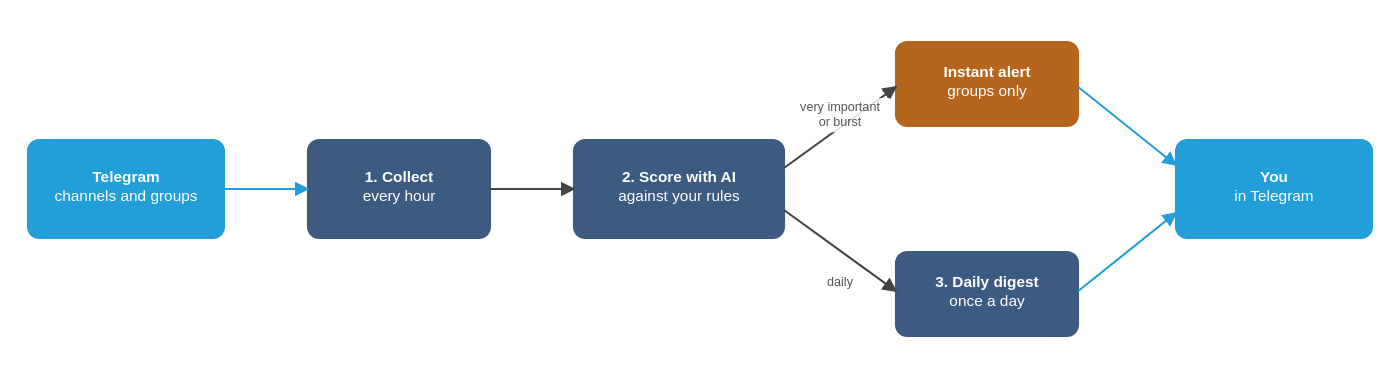
The draw.io diagram docs/user-guide/images/life-of-a-post.drawio.svg in KopylP/signal-feed, before a commit. Source tidied: cells renumbered, new cells last; positions are measured from the earlier drawing's top-left corner, leaving out a move shared by most shapes. Source of this version:
```xml
<mxGraphModel>
  <root>
    <mxCell id="0" />
    <mxCell id="1" parent="0" />
    <mxCell id="2" style="rounded=1;arcSize=3;html=1;strokeColor=#229ED9;fillColor=#229ED9;strokeWidth=1.5;" parent="1" vertex="1">
      <mxGeometry y="70" width="140" height="70" as="geometry" />
    </mxCell>
    <mxCell id="3" value="&lt;b&gt;Telegram&lt;/b&gt;&lt;br&gt;channels and groups" style="text;html=1;whiteSpace=wrap;align=center;verticalAlign=top;spacing=0;fontSize=11;fontColor=#ffffff;" parent="1" vertex="1">
      <mxGeometry y="89" width="140" height="31" as="geometry" />
    </mxCell>
    <mxCell id="4" style="rounded=1;arcSize=3;html=1;strokeColor=#3D5A80;fillColor=#3D5A80;strokeWidth=1.5;" parent="1" vertex="1">
      <mxGeometry x="200" y="70" width="130" height="70" as="geometry" />
    </mxCell>
    <mxCell id="5" value="&lt;b&gt;1. Collect&lt;/b&gt;&lt;br&gt;every hour" style="text;html=1;whiteSpace=wrap;align=center;verticalAlign=top;spacing=0;fontSize=11;fontColor=#ffffff;" parent="1" vertex="1">
      <mxGeometry x="200" y="89" width="130" height="31" as="geometry" />
    </mxCell>
    <mxCell id="6" style="rounded=1;arcSize=3;html=1;strokeColor=#3D5A80;fillColor=#3D5A80;strokeWidth=1.5;" parent="1" vertex="1">
      <mxGeometry x="390" y="70" width="150" height="70" as="geometry" />
    </mxCell>
    <mxCell id="7" value="&lt;b&gt;2. Score with AI&lt;/b&gt;&lt;br&gt;against your rules" style="text;html=1;whiteSpace=wrap;align=center;verticalAlign=top;spacing=0;fontSize=11;fontColor=#ffffff;" parent="1" vertex="1">
      <mxGeometry x="390" y="89" width="150" height="31" as="geometry" />
    </mxCell>
    <mxCell id="8" style="rounded=1;arcSize=3;html=1;strokeColor=#B5651D;fillColor=#B5651D;strokeWidth=1.5;" parent="1" vertex="1">
      <mxGeometry x="620" width="130" height="60" as="geometry" />
    </mxCell>
    <mxCell id="9" value="&lt;b&gt;Instant alert&lt;/b&gt;&lt;br&gt;groups only" style="text;html=1;whiteSpace=wrap;align=center;verticalAlign=top;spacing=0;fontSize=11;fontColor=#ffffff;" parent="1" vertex="1">
      <mxGeometry x="620" y="14" width="130" height="31" as="geometry" />
    </mxCell>
    <mxCell id="10" style="rounded=1;arcSize=3;html=1;strokeColor=#3D5A80;fillColor=#3D5A80;strokeWidth=1.5;" parent="1" vertex="1">
      <mxGeometry x="620" y="150" width="130" height="60" as="geometry" />
    </mxCell>
    <mxCell id="11" value="&lt;b&gt;3. Daily digest&lt;/b&gt;&lt;br&gt;once a day" style="text;html=1;whiteSpace=wrap;align=center;verticalAlign=top;spacing=0;fontSize=11;fontColor=#ffffff;" parent="1" vertex="1">
      <mxGeometry x="620" y="164" width="130" height="31" as="geometry" />
    </mxCell>
    <mxCell id="12" style="rounded=1;arcSize=3;html=1;strokeColor=#229ED9;fillColor=#229ED9;strokeWidth=1.5;" parent="1" vertex="1">
      <mxGeometry x="820" y="70" width="140" height="70" as="geometry" />
    </mxCell>
    <mxCell id="13" value="&lt;b&gt;You&lt;/b&gt;&lt;br&gt;in Telegram" style="text;html=1;whiteSpace=wrap;align=center;verticalAlign=top;spacing=0;fontSize=11;fontColor=#ffffff;" parent="1" vertex="1">
      <mxGeometry x="820" y="89" width="140" height="31" as="geometry" />
    </mxCell>
    <mxCell id="14" style="edgeStyle=none;html=1;strokeColor=#229ED9;strokeWidth=1.5;endArrow=block;endFill=1;exitX=1.0;exitY=0.5;exitDx=0;exitDy=0;entryX=0.0;entryY=0.5;entryDx=0;entryDy=0;" parent="1" edge="1" source="2" target="4">
      <mxGeometry relative="1" as="geometry" />
    </mxCell>
    <mxCell id="15" style="edgeStyle=none;html=1;strokeColor=#444444;strokeWidth=1.5;endArrow=block;endFill=1;exitX=1.0;exitY=0.5;exitDx=0;exitDy=0;entryX=0.0;entryY=0.5;entryDx=0;entryDy=0;" parent="1" edge="1" source="4" target="6">
      <mxGeometry relative="1" as="geometry" />
    </mxCell>
    <mxCell id="16" style="edgeStyle=none;html=1;strokeColor=#444444;strokeWidth=1.5;endArrow=block;endFill=1;exitX=1.0;exitY=0.286;exitDx=0;exitDy=0;entryX=0.0;entryY=0.533;entryDx=0;entryDy=0;" parent="1" edge="1" source="6" target="8">
      <mxGeometry relative="1" as="geometry" />
    </mxCell>
    <mxCell id="17" value="very important&lt;br&gt;or burst" style="text;html=1;whiteSpace=wrap;align=center;verticalAlign=top;spacing=0;fontSize=9;fontColor=#555555;fillColor=#ffffff;opacity=85;" parent="1" vertex="1">
      <mxGeometry x="540" y="40" width="80" height="26" as="geometry" />
    </mxCell>
    <mxCell id="18" style="edgeStyle=none;html=1;strokeColor=#444444;strokeWidth=1.5;endArrow=block;endFill=1;exitX=1.0;exitY=0.714;exitDx=0;exitDy=0;entryX=0.0;entryY=0.467;entryDx=0;entryDy=0;" parent="1" edge="1" source="6" target="10">
      <mxGeometry relative="1" as="geometry" />
    </mxCell>
    <mxCell id="19" value="daily" style="text;html=1;whiteSpace=wrap;align=center;verticalAlign=top;spacing=0;fontSize=9;fontColor=#555555;fillColor=#ffffff;opacity=85;" parent="1" vertex="1">
      <mxGeometry x="550" y="165" width="60" height="15" as="geometry" />
    </mxCell>
    <mxCell id="20" style="edgeStyle=none;html=1;strokeColor=#229ED9;strokeWidth=1.5;endArrow=block;endFill=1;exitX=1.0;exitY=0.533;exitDx=0;exitDy=0;entryX=0.0;entryY=0.257;entryDx=0;entryDy=0;" parent="1" edge="1" source="8" target="12">
      <mxGeometry relative="1" as="geometry" />
    </mxCell>
    <mxCell id="21" style="edgeStyle=none;html=1;strokeColor=#229ED9;strokeWidth=1.5;endArrow=block;endFill=1;exitX=1.0;exitY=0.467;exitDx=0;exitDy=0;entryX=0.0;entryY=0.743;entryDx=0;entryDy=0;" parent="1" edge="1" source="10" target="12">
      <mxGeometry relative="1" as="geometry" />
    </mxCell>
  </root>
</mxGraphModel>
```
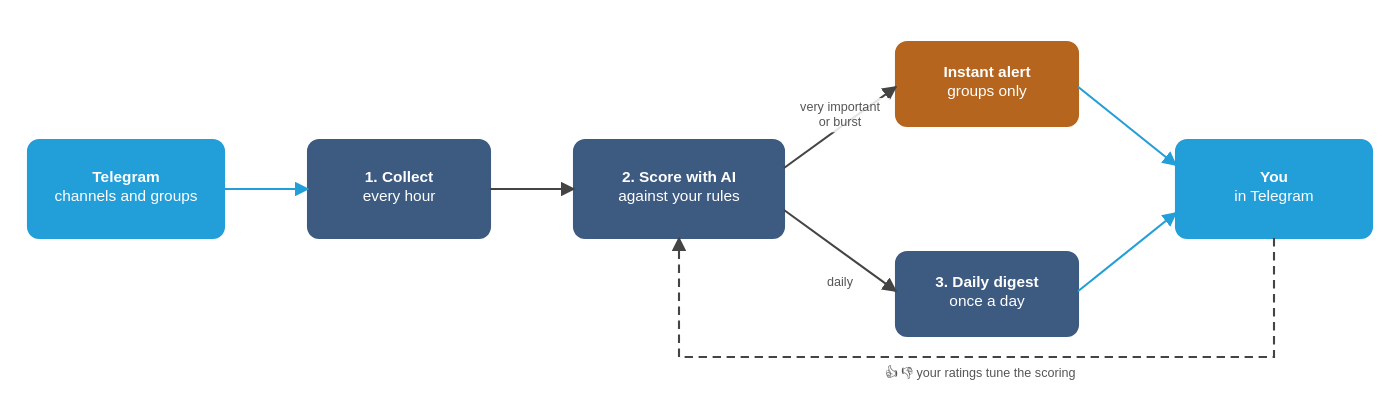
After the commit.

Change to the diagram source:
```diff
@@ -62,5 +62,16 @@
     <mxCell id="21" style="edgeStyle=none;html=1;strokeColor=#229ED9;strokeWidth=1.5;endArrow=block;endFill=1;exitX=1.0;exitY=0.467;exitDx=0;exitDy=0;entryX=0.0;entryY=0.743;entryDx=0;entryDy=0;" parent="1" edge="1" source="10" target="12">
       <mxGeometry relative="1" as="geometry" />
     </mxCell>
+    <mxCell id="22" style="endArrow=block;html=1;strokeColor=#444444;strokeWidth=1.5;dashed=1;rounded=0;edgeStyle=none;exitX=0.5;exitY=1;entryX=0.5;entryY=1;" parent="1" edge="1" source="12" target="6">
+      <mxGeometry relative="1" as="geometry">
+        <Array as="points">
+          <mxPoint x="890" y="225" />
+          <mxPoint x="465" y="225" />
+        </Array>
+      </mxGeometry>
+    </mxCell>
+    <mxCell id="23" value="👍 👎 your ratings tune the scoring" style="text;html=1;whiteSpace=wrap;align=center;verticalAlign=top;spacing=0;fontSize=9;fontColor=#555555;fillColor=#ffffff;opacity=85;" parent="1" vertex="1">
+      <mxGeometry x="580" y="229" width="200" height="15" as="geometry" />
+    </mxCell>
   </root>
 </mxGraphModel>
```
